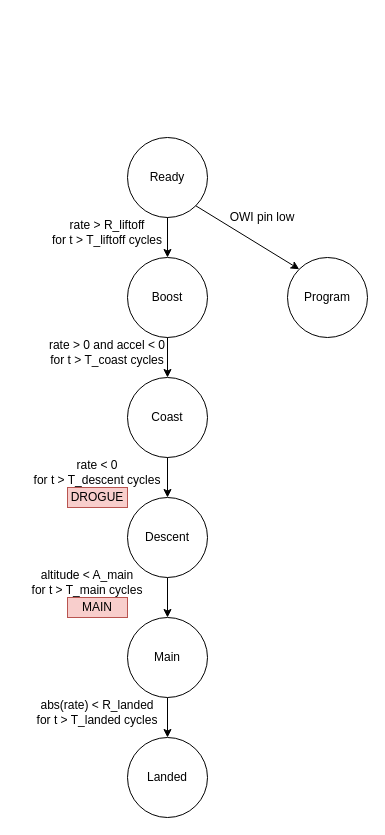
LithosphereRocketry/NanoDeploy keeps this draw.io diagram as documentation/state_diagram.drawio. Above is the earlier version. Source tidied: cells renumbered, new cells numbered last; positions are measured from the earlier drawing's top-left corner, leaving out a move shared by most shapes. Both pictures are drawn from the tidied source at 100%, with x=0, y=0 at pixel (17, 137).
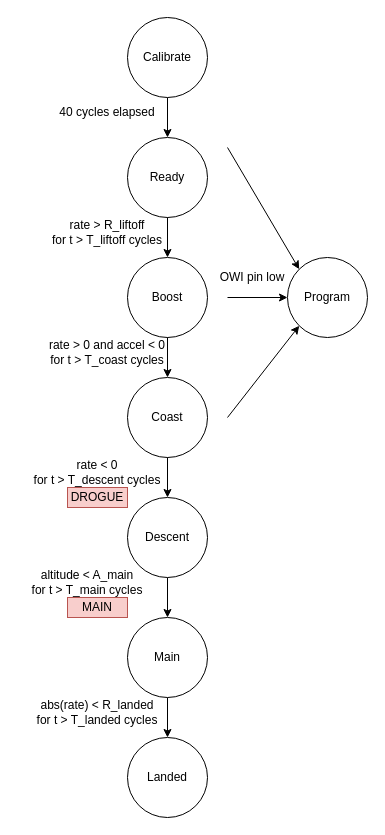
The same diagram, later.

The change refers to these unchanged cells:
```xml
<mxCell id="2" value="Ready" style="ellipse;whiteSpace=wrap;html=1;" parent="1" vertex="1">
  <mxGeometry x="110" width="80" height="80" as="geometry" />
</mxCell>
<mxCell id="20" value="Program" style="ellipse;whiteSpace=wrap;html=1;" parent="1" vertex="1">
  <mxGeometry x="270" y="120" width="80" height="80" as="geometry" />
</mxCell>
```

The edit, as a diff of the source:
```diff
@@
-    <mxCell id="21" style="endArrow=classic;html=1;rounded=0;exitX=1;exitY=1;exitDx=0;exitDy=0;entryX=0;entryY=0;entryDx=0;entryDy=0;" parent="1" edge="1" source="2" target="20">
-      <mxGeometry relative="1" as="geometry" />
+    <mxCell id="21" style="endArrow=classic;html=1;rounded=0;entryX=0;entryY=0;entryDx=0;entryDy=0;" parent="1" edge="1" target="20">
+      <mxGeometry relative="1" as="geometry">
+        <mxPoint x="210" y="10" as="sourcePoint" />
+      </mxGeometry>
     </mxCell>
     <mxCell id="22" value="OWI pin low" style="text;html=1;align=center;verticalAlign=middle;whiteSpace=wrap;rounded=0;" parent="1" vertex="1">
-      <mxGeometry x="200" y="70" width="90" height="20" as="geometry" />
+      <mxGeometry x="190" y="130" width="90" height="20" as="geometry" />
     </mxCell>
+    <mxCell id="23" style="edgeStyle=orthogonalEdgeStyle;rounded=0;jettySize=auto;html=1;exitX=0.5;exitY=1;exitDx=0;exitDy=0;entryX=0.5;entryY=0;entryDx=0;entryDy=0;" parent="1" edge="1" source="24" target="2">
+      <mxGeometry relative="1" as="geometry" />
+    </mxCell>
+    <mxCell id="24" value="Calibrate" style="ellipse;whiteSpace=wrap;html=1;" parent="1" vertex="1">
+      <mxGeometry x="110" y="-120" width="80" height="80" as="geometry" />
+    </mxCell>
+    <mxCell id="25" style="endArrow=classic;html=1;rounded=0;entryX=0;entryY=0.5;entryDx=0;entryDy=0;" parent="1" edge="1" target="20">
+      <mxGeometry relative="1" as="geometry">
+        <mxPoint x="210" y="160" as="sourcePoint" />
+      </mxGeometry>
+    </mxCell>
+    <mxCell id="26" style="endArrow=classic;html=1;rounded=0;entryX=0;entryY=1;entryDx=0;entryDy=0;" parent="1" edge="1" target="20">
+      <mxGeometry relative="1" as="geometry">
+        <mxPoint x="210" y="280" as="sourcePoint" />
+      </mxGeometry>
+    </mxCell>
+    <mxCell id="27" value="40 cycles elapsed" style="text;html=1;align=center;verticalAlign=middle;whiteSpace=wrap;rounded=0;" parent="1" vertex="1">
+      <mxGeometry x="20" y="-40" width="140" height="30" as="geometry" />
+    </mxCell>
```
